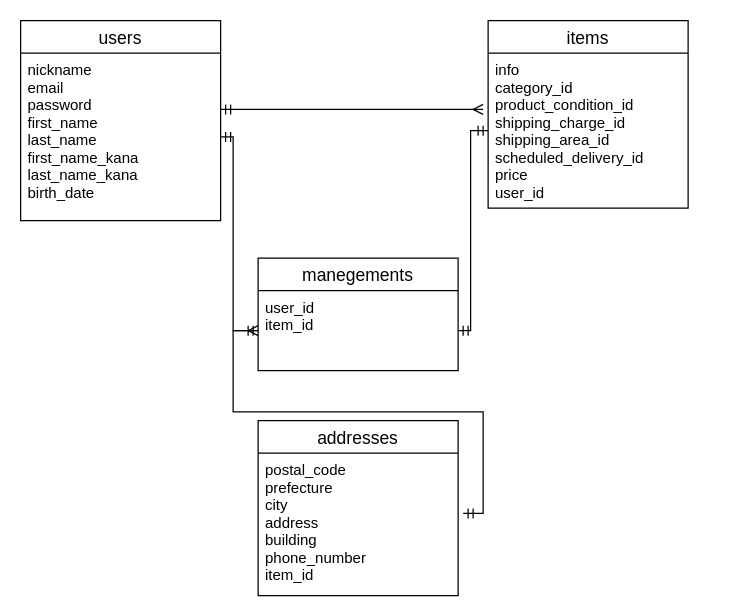
Earlier version of the draw.io diagram test.dio (kodairafumikazu/furima-33027). Source tidied: cells renumbered, new cells numbered last; positions are measured from the earlier drawing's top-left corner, leaving out a move shared by most shapes. Both pictures are drawn from the tidied source at 125%, with x=0, y=0 at pixel (20, 20).
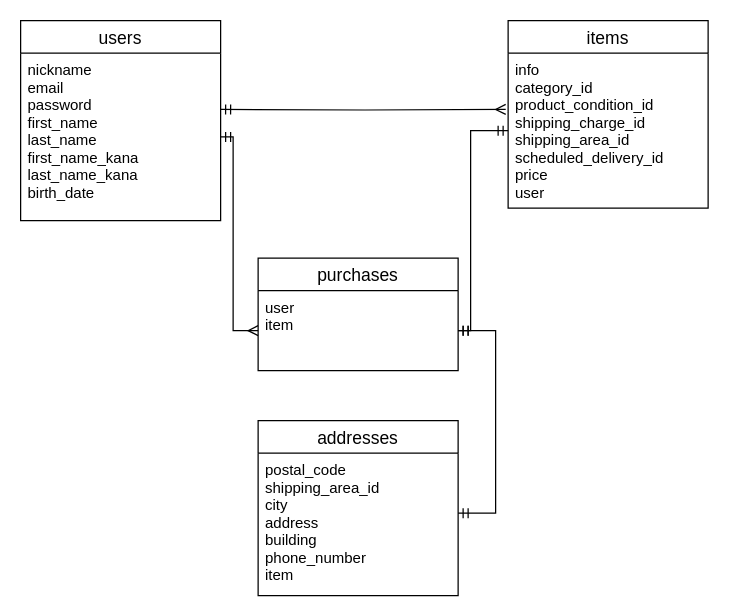
The same diagram, later.

Commit message (it also covers changes not shown here):
ER図、データベース設計の修正５

Change to the diagram source:
```diff
@@
 <mxGraphModel>
   <root>
     <mxCell id="0" />
     <mxCell id="1" parent="0" />
     <mxCell id="2" value="users" style="swimlane;fontStyle=0;horizontal=1;startSize=26;align=center;fontSize=14;" parent="1" vertex="1">
       <mxGeometry width="160" height="160" as="geometry" />
     </mxCell>
     <mxCell id="3" value="nickname&#10;email&#10;password&#10;first_name&#10;last_name&#10;first_name_kana&#10;last_name_kana&#10;birth_date&#10;" style="text;strokeColor=none;fillColor=none;spacingLeft=4;spacingRight=4;overflow=hidden;points=[[0,0.5],[1,0.5]];portConstraint=eastwest;fontSize=12;" parent="2" vertex="1">
       <mxGeometry y="26" width="160" height="134" as="geometry" />
     </mxCell>
     <mxCell id="4" value="addresses" style="swimlane;fontStyle=0;horizontal=1;startSize=26;align=center;fontSize=14;" parent="1" vertex="1">
       <mxGeometry x="190" y="320" width="160" height="140" as="geometry" />
     </mxCell>
-    <mxCell id="5" value="postal_code&#10;prefecture&#10;city&#10;address&#10;building&#10;phone_number&#10;item_id" style="text;strokeColor=none;fillColor=none;spacingLeft=4;spacingRight=4;overflow=hidden;points=[[0,0.5],[1,0.5]];portConstraint=eastwest;fontSize=12;" parent="4" vertex="1">
+    <mxCell id="5" value="postal_code&#10;shipping_area_id&#10;city&#10;address&#10;building&#10;phone_number&#10;item" style="text;strokeColor=none;fillColor=none;spacingLeft=4;spacingRight=4;overflow=hidden;points=[[0,0.5],[1,0.5]];portConstraint=eastwest;fontSize=12;" parent="4" vertex="1">
       <mxGeometry y="26" width="160" height="114" as="geometry" />
     </mxCell>
-    <mxCell id="6" value="manegements" style="swimlane;fontStyle=0;horizontal=1;startSize=26;align=center;fontSize=14;" parent="1" vertex="1">
+    <mxCell id="6" value="purchases" style="swimlane;fontStyle=0;horizontal=1;startSize=26;align=center;fontSize=14;" parent="1" vertex="1">
       <mxGeometry x="190" y="190" width="160" height="90" as="geometry" />
     </mxCell>
-    <mxCell id="7" value="user_id&#10;item_id" style="text;strokeColor=none;fillColor=none;spacingLeft=4;spacingRight=4;overflow=hidden;points=[[0,0.5],[1,0.5]];portConstraint=eastwest;fontSize=12;" parent="6" vertex="1">
+    <mxCell id="7" value="user&#10;item" style="text;strokeColor=none;fillColor=none;spacingLeft=4;spacingRight=4;overflow=hidden;points=[[0,0.5],[1,0.5]];portConstraint=eastwest;fontSize=12;" parent="6" vertex="1">
       <mxGeometry y="26" width="160" height="64" as="geometry" />
     </mxCell>
     <mxCell id="8" value="items" style="swimlane;fontStyle=0;horizontal=1;startSize=26;align=center;fontSize=14;" parent="1" vertex="1">
-      <mxGeometry x="374" width="160" height="150" as="geometry" />
+      <mxGeometry x="390" width="160" height="150" as="geometry" />
     </mxCell>
-    <mxCell id="9" value="info&#10;category_id&#10;product_condition_id&#10;shipping_charge_id&#10;shipping_area_id&#10;scheduled_delivery_id&#10;price&#10;user_id&#10;&#10;" style="text;strokeColor=none;fillColor=none;spacingLeft=4;spacingRight=4;overflow=hidden;points=[[0,0.5],[1,0.5]];portConstraint=eastwest;fontSize=12;" parent="8" vertex="1">
+    <mxCell id="9" value="info&#10;category_id&#10;product_condition_id&#10;shipping_charge_id&#10;shipping_area_id&#10;scheduled_delivery_id&#10;price&#10;user&#10;&#10;" style="text;strokeColor=none;fillColor=none;spacingLeft=4;spacingRight=4;overflow=hidden;points=[[0,0.5],[1,0.5]];portConstraint=eastwest;fontSize=12;" parent="8" vertex="1">
       <mxGeometry y="26" width="160" height="124" as="geometry" />
     </mxCell>
-    <mxCell id="10" style="edgeStyle=orthogonalEdgeStyle;rounded=0;orthogonalLoop=1;jettySize=auto;html=1;endArrow=ERmany;endFill=0;startArrow=ERmandOne;startFill=0;" parent="1" edge="1">
+    <mxCell id="10" style="edgeStyle=orthogonalEdgeStyle;rounded=0;jettySize=auto;html=1;endArrow=ERmany;endFill=0;startArrow=ERmandOne;startFill=0;entryX=-0.012;entryY=0.363;entryDx=0;entryDy=0;entryPerimeter=0;" parent="1" edge="1" target="9">
       <mxGeometry relative="1" as="geometry">
         <mxPoint x="160" y="71" as="sourcePoint" />
-        <mxPoint x="370" y="71" as="targetPoint" />
-        <Array as="points">
-          <mxPoint x="350" y="71" />
-          <mxPoint x="350" y="71" />
-        </Array>
       </mxGeometry>
     </mxCell>
     <mxCell id="11" style="edgeStyle=orthogonalEdgeStyle;rounded=0;jettySize=auto;html=1;entryX=0;entryY=0.5;entryDx=0;entryDy=0;startArrow=ERmandOne;startFill=0;endArrow=ERmany;endFill=0;" parent="1" edge="1" source="3" target="7">
       <mxGeometry relative="1" as="geometry">
         <Array as="points">
           <mxPoint x="170" y="93" />
           <mxPoint x="170" y="248" />
         </Array>
       </mxGeometry>
     </mxCell>
     <mxCell id="12" style="edgeStyle=orthogonalEdgeStyle;rounded=0;jettySize=auto;html=1;entryX=1;entryY=0.5;entryDx=0;entryDy=0;startArrow=ERmandOne;startFill=0;endArrow=ERmandOne;endFill=0;" parent="1" edge="1" source="9" target="7">
       <mxGeometry relative="1" as="geometry">
         <Array as="points">
           <mxPoint x="360" y="88" />
           <mxPoint x="360" y="248" />
         </Array>
       </mxGeometry>
     </mxCell>
-    <mxCell id="13" style="edgeStyle=orthogonalEdgeStyle;rounded=0;jettySize=auto;html=1;entryX=1.025;entryY=0.423;entryDx=0;entryDy=0;entryPerimeter=0;startArrow=ERmandOne;startFill=0;endArrow=ERmandOne;endFill=0;" parent="1" edge="1" source="7" target="5">
-      <mxGeometry relative="1" as="geometry" />
+    <mxCell id="13" style="edgeStyle=orthogonalEdgeStyle;rounded=0;jettySize=auto;html=1;startArrow=ERmandOne;startFill=0;endArrow=ERmandOne;endFill=0;" parent="1" edge="1" source="7" target="5">
+      <mxGeometry relative="1" as="geometry">
+        <Array as="points">
+          <mxPoint x="380" y="248" />
+          <mxPoint x="380" y="394" />
+        </Array>
+      </mxGeometry>
     </mxCell>
   </root>
 </mxGraphModel>
```
